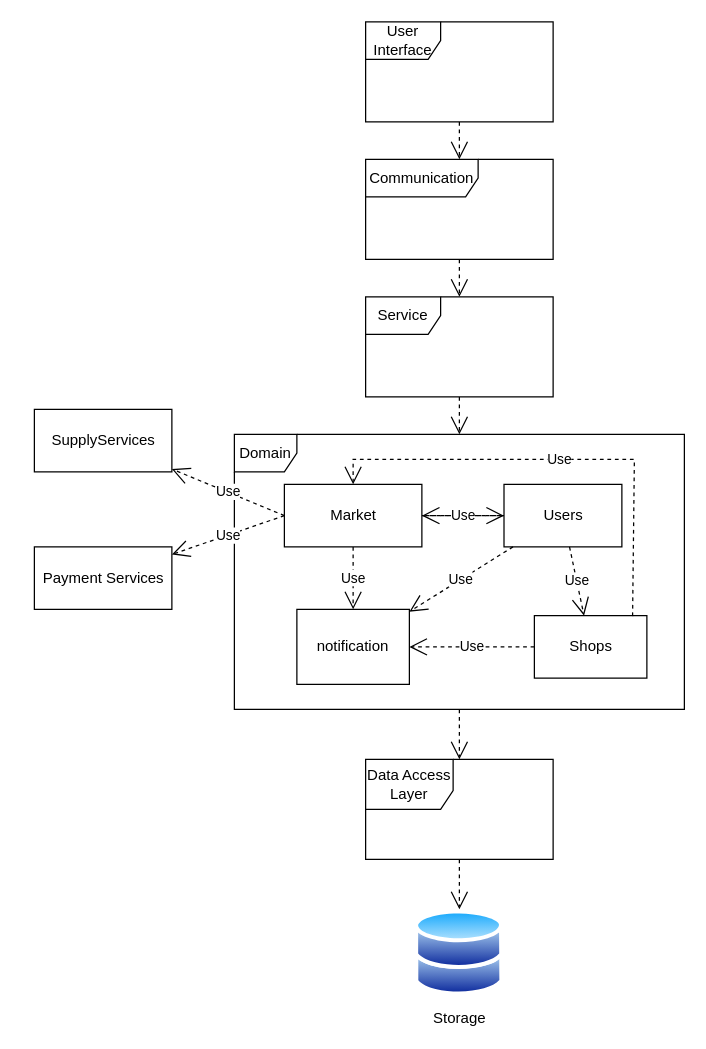
Earlier version of the draw.io diagram page "architectureModel" (2 of 3) of docs/workshop.drawio (ShayHav/Workshop). Source tidied: cells renumbered, new cells numbered last; positions are measured from the earlier drawing's top-left corner, leaving out a move shared by most shapes. Both pictures are drawn from the tidied source at 125%, with x=0, y=0 at pixel (34, 21).
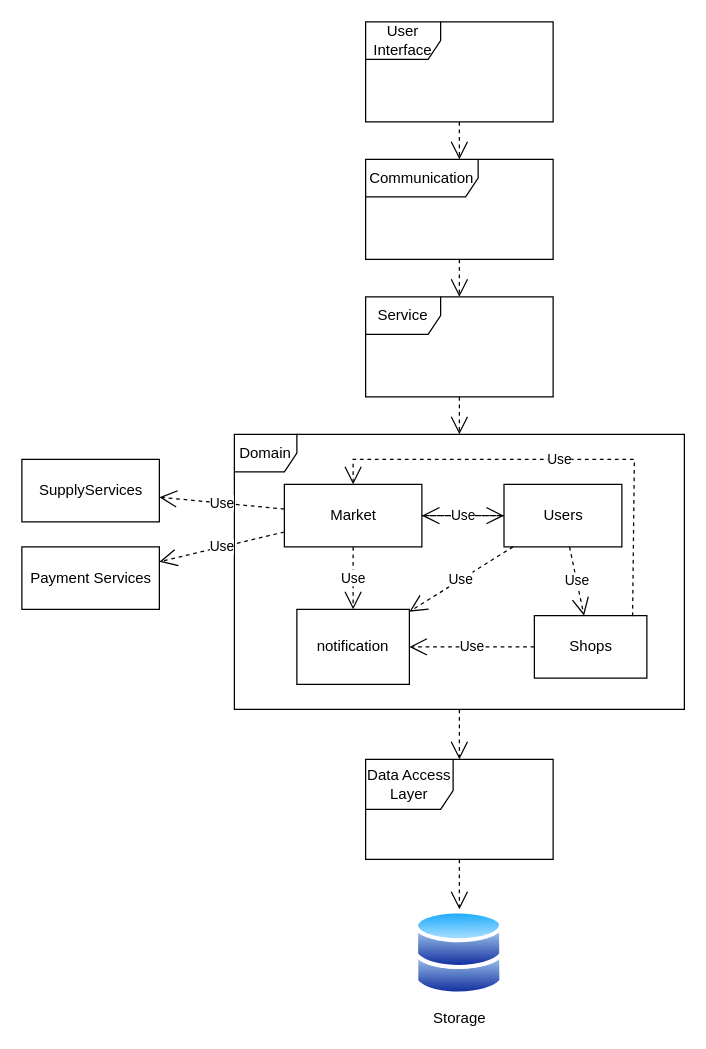
Above is the later version.

The change refers to these unchanged cells:
```xml
<mxCell id="3" value="Market" style="html=1;" parent="1" vertex="1">
  <mxGeometry x="200" y="370" width="110" height="50" as="geometry" />
</mxCell>
```

What changed in the source:
```diff
@@
     <mxCell id="4" value="&lt;span&gt;Supply&lt;/span&gt;Services" style="html=1;" parent="1" vertex="1">
-      <mxGeometry y="310" width="110" height="50" as="geometry" />
+      <mxGeometry x="-10" y="350" width="110" height="50" as="geometry" />
     </mxCell>
@@
-    <mxCell id="7" value="Use" style="endArrow=open;endSize=12;dashed=1;html=1;rounded=0;exitX=0;exitY=0.5;exitDx=0;exitDy=0;" parent="1" edge="1" source="3" target="4">
+    <mxCell id="7" value="Use" style="endArrow=open;endSize=12;dashed=1;html=1;rounded=0;" parent="1" edge="1" source="3" target="4">
       <mxGeometry relative="1" as="geometry" />
     </mxCell>
@@
     <mxCell id="22" value="Payment Services" style="html=1;" parent="1" vertex="1">
-      <mxGeometry y="420" width="110" height="50" as="geometry" />
+      <mxGeometry x="-10" y="420" width="110" height="50" as="geometry" />
     </mxCell>
-    <mxCell id="23" value="Use" style="endArrow=open;endSize=12;dashed=1;html=1;rounded=0;exitX=0;exitY=0.5;exitDx=0;exitDy=0;" parent="1" edge="1" source="3" target="22">
+    <mxCell id="23" value="Use" style="endArrow=open;endSize=12;dashed=1;html=1;rounded=0;" parent="1" edge="1" source="3" target="22">
       <mxGeometry relative="1" as="geometry" />
     </mxCell>
```
